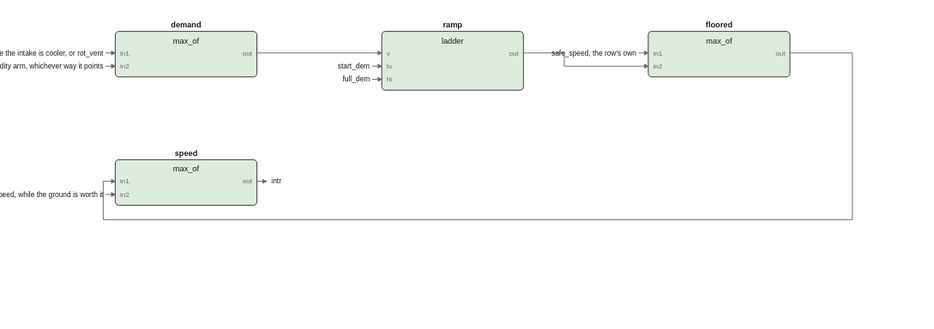
pstch/botanik2 keeps this draw.io diagram as images/logic/intractors_fbd.drawio.svg. Above is the earlier version. Source tidied: cells renumbered, new cells last; positions are measured from the earlier drawing's top-left corner, leaving out a move shared by most shapes.
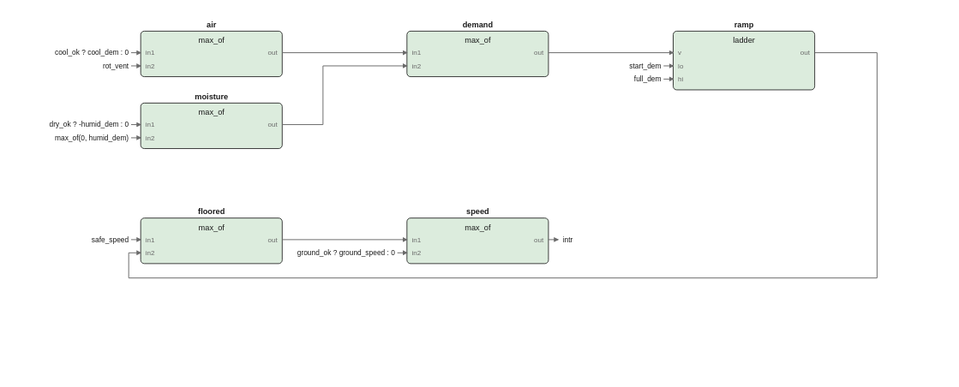
The same diagram one commit later.

Diff of the diagram source:
```diff
@@ -3,170 +3,236 @@
     <mxCell id="0" />
     <mxCell id="1" parent="0" />
     <mxCell id="2" style="rounded=1;fillColor=#dcecdd;strokeColor=#1a1a1a;whiteSpace=wrap;html=1;fontSize=8;" parent="1" vertex="1">
-      <mxGeometry x="10" y="10" width="118" height="38" as="geometry" />
+      <mxGeometry x="31" y="10" width="118" height="38" as="geometry" />
     </mxCell>
-    <mxCell id="3" value="demand" style="text;html=1;fontSize=6;fontColor=#1a1a1a;align=center;fontStyle=1;" parent="1" vertex="1">
-      <mxGeometry x="69" y="0.4" width="40" height="10.6" as="geometry" />
+    <mxCell id="3" value="air" style="text;html=1;fontSize=6;fontColor=#1a1a1a;align=center;fontStyle=1;" parent="1" vertex="1">
+      <mxGeometry x="90" y="0.4" width="40" height="10.6" as="geometry" />
     </mxCell>
     <mxCell id="4" value="max_of" style="text;html=1;fontSize=6;fontColor=#1a1a1a;align=center;" parent="1" vertex="1">
-      <mxGeometry x="69" y="13.4" width="40" height="10.6" as="geometry" />
+      <mxGeometry x="90" y="13.4" width="40" height="10.6" as="geometry" />
     </mxCell>
     <mxCell id="5" value="in1" style="text;html=1;fontSize=5;fontColor=#6b6b6b;align=left;" parent="1" vertex="1">
-      <mxGeometry x="14" y="24.2" width="40" height="9.8" as="geometry" />
+      <mxGeometry x="35" y="24.2" width="40" height="9.8" as="geometry" />
     </mxCell>
     <mxCell id="6" value="in2" style="text;html=1;fontSize=5;fontColor=#6b6b6b;align=left;" parent="1" vertex="1">
-      <mxGeometry x="14" y="35.2" width="40" height="9.8" as="geometry" />
+      <mxGeometry x="35" y="35.2" width="40" height="9.8" as="geometry" />
     </mxCell>
     <mxCell id="7" value="out" style="text;html=1;fontSize=5;fontColor=#6b6b6b;align=left;" parent="1" vertex="1">
-      <mxGeometry x="124" y="24.2" width="40" height="9.8" as="geometry" />
+      <mxGeometry x="145" y="24.2" width="40" height="9.8" as="geometry" />
     </mxCell>
     <mxCell id="8" style="rounded=1;fillColor=#dcecdd;strokeColor=#1a1a1a;whiteSpace=wrap;html=1;fontSize=8;" parent="1" vertex="1">
-      <mxGeometry x="232" y="10" width="118" height="49" as="geometry" />
+      <mxGeometry x="31" y="70" width="118" height="38" as="geometry" />
     </mxCell>
-    <mxCell id="9" value="ramp" style="text;html=1;fontSize=6;fontColor=#1a1a1a;align=center;fontStyle=1;" parent="1" vertex="1">
-      <mxGeometry x="291" y="0.4" width="40" height="10.6" as="geometry" />
+    <mxCell id="9" value="moisture" style="text;html=1;fontSize=6;fontColor=#1a1a1a;align=center;fontStyle=1;" parent="1" vertex="1">
+      <mxGeometry x="90" y="60.4" width="40" height="10.6" as="geometry" />
     </mxCell>
-    <mxCell id="10" value="ladder" style="text;html=1;fontSize=6;fontColor=#1a1a1a;align=center;" parent="1" vertex="1">
-      <mxGeometry x="291" y="13.4" width="40" height="10.6" as="geometry" />
+    <mxCell id="10" value="max_of" style="text;html=1;fontSize=6;fontColor=#1a1a1a;align=center;" parent="1" vertex="1">
+      <mxGeometry x="90" y="73.4" width="40" height="10.6" as="geometry" />
     </mxCell>
-    <mxCell id="11" value="v" style="text;html=1;fontSize=5;fontColor=#6b6b6b;align=left;" parent="1" vertex="1">
-      <mxGeometry x="236" y="24.2" width="40" height="9.8" as="geometry" />
+    <mxCell id="11" value="in1" style="text;html=1;fontSize=5;fontColor=#6b6b6b;align=left;" parent="1" vertex="1">
+      <mxGeometry x="35" y="84.2" width="40" height="9.8" as="geometry" />
     </mxCell>
-    <mxCell id="12" value="lo" style="text;html=1;fontSize=5;fontColor=#6b6b6b;align=left;" parent="1" vertex="1">
-      <mxGeometry x="236" y="35.2" width="40" height="9.8" as="geometry" />
+    <mxCell id="12" value="in2" style="text;html=1;fontSize=5;fontColor=#6b6b6b;align=left;" parent="1" vertex="1">
+      <mxGeometry x="35" y="95.2" width="40" height="9.8" as="geometry" />
     </mxCell>
-    <mxCell id="13" value="hi" style="text;html=1;fontSize=5;fontColor=#6b6b6b;align=left;" parent="1" vertex="1">
-      <mxGeometry x="236" y="46.2" width="40" height="9.8" as="geometry" />
+    <mxCell id="13" value="out" style="text;html=1;fontSize=5;fontColor=#6b6b6b;align=left;" parent="1" vertex="1">
+      <mxGeometry x="145" y="84.2" width="40" height="9.8" as="geometry" />
     </mxCell>
-    <mxCell id="14" value="out" style="text;html=1;fontSize=5;fontColor=#6b6b6b;align=left;" parent="1" vertex="1">
-      <mxGeometry x="346" y="24.2" width="40" height="9.8" as="geometry" />
+    <mxCell id="14" style="rounded=1;fillColor=#dcecdd;strokeColor=#1a1a1a;whiteSpace=wrap;html=1;fontSize=8;" parent="1" vertex="1">
+      <mxGeometry x="253" y="10" width="118" height="38" as="geometry" />
     </mxCell>
-    <mxCell id="15" style="rounded=1;fillColor=#dcecdd;strokeColor=#1a1a1a;whiteSpace=wrap;html=1;fontSize=8;" parent="1" vertex="1">
-      <mxGeometry x="454" y="10" width="118" height="38" as="geometry" />
+    <mxCell id="15" value="demand" style="text;html=1;fontSize=6;fontColor=#1a1a1a;align=center;fontStyle=1;" parent="1" vertex="1">
+      <mxGeometry x="312" y="0.4" width="40" height="10.6" as="geometry" />
     </mxCell>
-    <mxCell id="16" value="floored" style="text;html=1;fontSize=6;fontColor=#1a1a1a;align=center;fontStyle=1;" parent="1" vertex="1">
-      <mxGeometry x="513" y="0.4" width="40" height="10.6" as="geometry" />
+    <mxCell id="16" value="max_of" style="text;html=1;fontSize=6;fontColor=#1a1a1a;align=center;" parent="1" vertex="1">
+      <mxGeometry x="312" y="13.4" width="40" height="10.6" as="geometry" />
     </mxCell>
-    <mxCell id="17" value="max_of" style="text;html=1;fontSize=6;fontColor=#1a1a1a;align=center;" parent="1" vertex="1">
-      <mxGeometry x="513" y="13.4" width="40" height="10.6" as="geometry" />
+    <mxCell id="17" value="in1" style="text;html=1;fontSize=5;fontColor=#6b6b6b;align=left;" parent="1" vertex="1">
+      <mxGeometry x="257" y="24.2" width="40" height="9.8" as="geometry" />
     </mxCell>
-    <mxCell id="18" value="in1" style="text;html=1;fontSize=5;fontColor=#6b6b6b;align=left;" parent="1" vertex="1">
-      <mxGeometry x="458" y="24.2" width="40" height="9.8" as="geometry" />
+    <mxCell id="18" value="in2" style="text;html=1;fontSize=5;fontColor=#6b6b6b;align=left;" parent="1" vertex="1">
+      <mxGeometry x="257" y="35.2" width="40" height="9.8" as="geometry" />
     </mxCell>
-    <mxCell id="19" value="in2" style="text;html=1;fontSize=5;fontColor=#6b6b6b;align=left;" parent="1" vertex="1">
-      <mxGeometry x="458" y="35.2" width="40" height="9.8" as="geometry" />
+    <mxCell id="19" value="out" style="text;html=1;fontSize=5;fontColor=#6b6b6b;align=left;" parent="1" vertex="1">
+      <mxGeometry x="367" y="24.2" width="40" height="9.8" as="geometry" />
     </mxCell>
-    <mxCell id="20" value="out" style="text;html=1;fontSize=5;fontColor=#6b6b6b;align=left;" parent="1" vertex="1">
-      <mxGeometry x="568" y="24.2" width="40" height="9.8" as="geometry" />
+    <mxCell id="20" style="rounded=1;fillColor=#dcecdd;strokeColor=#1a1a1a;whiteSpace=wrap;html=1;fontSize=8;" parent="1" vertex="1">
+      <mxGeometry x="475" y="10" width="118" height="49" as="geometry" />
     </mxCell>
-    <mxCell id="21" style="rounded=1;fillColor=#dcecdd;strokeColor=#1a1a1a;whiteSpace=wrap;html=1;fontSize=8;" parent="1" vertex="1">
-      <mxGeometry x="10" y="117" width="118" height="38" as="geometry" />
+    <mxCell id="21" value="ramp" style="text;html=1;fontSize=6;fontColor=#1a1a1a;align=center;fontStyle=1;" parent="1" vertex="1">
+      <mxGeometry x="534" y="0.4" width="40" height="10.6" as="geometry" />
     </mxCell>
-    <mxCell id="22" value="speed" style="text;html=1;fontSize=6;fontColor=#1a1a1a;align=center;fontStyle=1;" parent="1" vertex="1">
-      <mxGeometry x="69" y="107.4" width="40" height="10.6" as="geometry" />
+    <mxCell id="22" value="ladder" style="text;html=1;fontSize=6;fontColor=#1a1a1a;align=center;" parent="1" vertex="1">
+      <mxGeometry x="534" y="13.4" width="40" height="10.6" as="geometry" />
     </mxCell>
-    <mxCell id="23" value="max_of" style="text;html=1;fontSize=6;fontColor=#1a1a1a;align=center;" parent="1" vertex="1">
-      <mxGeometry x="69" y="120.4" width="40" height="10.6" as="geometry" />
+    <mxCell id="23" value="v" style="text;html=1;fontSize=5;fontColor=#6b6b6b;align=left;" parent="1" vertex="1">
+      <mxGeometry x="479" y="24.2" width="40" height="9.8" as="geometry" />
     </mxCell>
-    <mxCell id="24" value="in1" style="text;html=1;fontSize=5;fontColor=#6b6b6b;align=left;" parent="1" vertex="1">
-      <mxGeometry x="14" y="131.2" width="40" height="9.8" as="geometry" />
+    <mxCell id="24" value="lo" style="text;html=1;fontSize=5;fontColor=#6b6b6b;align=left;" parent="1" vertex="1">
+      <mxGeometry x="479" y="35.2" width="40" height="9.8" as="geometry" />
     </mxCell>
-    <mxCell id="25" value="in2" style="text;html=1;fontSize=5;fontColor=#6b6b6b;align=left;" parent="1" vertex="1">
-      <mxGeometry x="14" y="142.2" width="40" height="9.8" as="geometry" />
+    <mxCell id="25" value="hi" style="text;html=1;fontSize=5;fontColor=#6b6b6b;align=left;" parent="1" vertex="1">
+      <mxGeometry x="479" y="46.2" width="40" height="9.8" as="geometry" />
     </mxCell>
     <mxCell id="26" value="out" style="text;html=1;fontSize=5;fontColor=#6b6b6b;align=left;" parent="1" vertex="1">
-      <mxGeometry x="124" y="131.2" width="40" height="9.8" as="geometry" />
+      <mxGeometry x="589" y="24.2" width="40" height="9.8" as="geometry" />
     </mxCell>
-    <mxCell id="27" style="edgeStyle=none;html=1;strokeColor=#6b6b6b;endArrow=block;" parent="1" edge="1">
-      <mxGeometry relative="1" as="geometry">
-        <mxPoint x="128" y="28" as="sourcePoint" />
-        <mxPoint x="232" y="28" as="targetPoint" />
-      </mxGeometry>
-    </mxCell>
-    <mxCell id="28" style="edgeStyle=none;html=1;strokeColor=#6b6b6b;endArrow=block;" parent="1" edge="1">
-      <mxGeometry relative="1" as="geometry">
-        <mxPoint x="350" y="28" as="sourcePoint" />
-        <mxPoint x="454" y="39" as="targetPoint" />
-        <Array as="points">
-          <mxPoint x="384" y="28" />
-          <mxPoint x="384" y="39" />
-        </Array>
-      </mxGeometry>
-    </mxCell>
-    <mxCell id="29" style="edgeStyle=none;html=1;strokeColor=#6b6b6b;endArrow=block;" parent="1" edge="1">
-      <mxGeometry relative="1" as="geometry">
-        <mxPoint x="572" y="28" as="sourcePoint" />
-        <mxPoint x="10" y="135" as="targetPoint" />
-        <Array as="points">
-          <mxPoint x="624" y="28" />
-          <mxPoint x="624" y="167" />
-          <mxPoint y="167" />
-          <mxPoint y="135" />
-        </Array>
-      </mxGeometry>
-    </mxCell>
+    <mxCell id="44" style="rounded=1;fillColor=#dcecdd;strokeColor=#1a1a1a;whiteSpace=wrap;html=1;fontSize=8;" parent="1" vertex="1">
+      <mxGeometry x="31" y="166" width="118" height="38" as="geometry" />
+    </mxCell>
+    <mxCell id="45" value="floored" style="text;html=1;fontSize=6;fontColor=#1a1a1a;align=center;fontStyle=1;" parent="1" vertex="1">
+      <mxGeometry x="90" y="156.4" width="40" height="10.6" as="geometry" />
+    </mxCell>
+    <mxCell id="46" value="max_of" style="text;html=1;fontSize=6;fontColor=#1a1a1a;align=center;" parent="1" vertex="1">
+      <mxGeometry x="90" y="169.4" width="40" height="10.6" as="geometry" />
+    </mxCell>
-    <mxCell id="30" value="cool_dem while the intake is cooler, or rot_vent" style="text;html=1;fontSize=6;fontColor=#1a1a1a;align=left;" parent="1" vertex="1">
-      <mxGeometry y="24" width="240" height="10" as="geometry" />
+    <mxCell id="30" value="in1" style="text;html=1;fontSize=5;fontColor=#6b6b6b;align=left;" parent="1" vertex="1">
+      <mxGeometry x="35" y="180.2" width="40" height="9.8" as="geometry" />
     </mxCell>
-    <mxCell id="31" style="edgeStyle=none;html=1;strokeColor=#6b6b6b;endArrow=block;" parent="1" edge="1">
-      <mxGeometry relative="1" as="geometry">
-        <mxPoint x="2" y="28" as="sourcePoint" />
-        <mxPoint x="10" y="28" as="targetPoint" />
-      </mxGeometry>
-    </mxCell>
+    <mxCell id="47" value="in2" style="text;html=1;fontSize=5;fontColor=#6b6b6b;align=left;" parent="1" vertex="1">
+      <mxGeometry x="35" y="191.2" width="40" height="9.8" as="geometry" />
+    </mxCell>
-    <mxCell id="32" value="the humidity arm, whichever way it points" style="text;html=1;fontSize=6;fontColor=#1a1a1a;align=left;" parent="1" vertex="1">
-      <mxGeometry y="35" width="205" height="10" as="geometry" />
+    <mxCell id="32" value="out" style="text;html=1;fontSize=5;fontColor=#6b6b6b;align=left;" parent="1" vertex="1">
+      <mxGeometry x="145" y="180.2" width="40" height="9.8" as="geometry" />
     </mxCell>
-    <mxCell id="33" style="edgeStyle=none;html=1;strokeColor=#6b6b6b;endArrow=block;" parent="1" edge="1">
-      <mxGeometry relative="1" as="geometry">
-        <mxPoint x="2" y="39" as="sourcePoint" />
-        <mxPoint x="10" y="39" as="targetPoint" />
-      </mxGeometry>
-    </mxCell>
+    <mxCell id="48" style="rounded=1;fillColor=#dcecdd;strokeColor=#1a1a1a;whiteSpace=wrap;html=1;fontSize=8;" parent="1" vertex="1">
+      <mxGeometry x="253" y="166" width="118" height="38" as="geometry" />
+    </mxCell>
-    <mxCell id="34" value="start_dem" style="text;html=1;fontSize=6;fontColor=#1a1a1a;align=left;" parent="1" vertex="1">
-      <mxGeometry x="222" y="35" width="45" height="10" as="geometry" />
+    <mxCell id="34" value="speed" style="text;html=1;fontSize=6;fontColor=#1a1a1a;align=center;fontStyle=1;" parent="1" vertex="1">
+      <mxGeometry x="312" y="156.4" width="40" height="10.6" as="geometry" />
     </mxCell>
-    <mxCell id="35" style="edgeStyle=none;html=1;strokeColor=#6b6b6b;endArrow=block;" parent="1" edge="1">
-      <mxGeometry relative="1" as="geometry">
-        <mxPoint x="224" y="39" as="sourcePoint" />
-        <mxPoint x="232" y="39" as="targetPoint" />
-      </mxGeometry>
-    </mxCell>
+    <mxCell id="49" value="max_of" style="text;html=1;fontSize=6;fontColor=#1a1a1a;align=center;" parent="1" vertex="1">
+      <mxGeometry x="312" y="169.4" width="40" height="10.6" as="geometry" />
+    </mxCell>
-    <mxCell id="36" value="full_dem" style="text;html=1;fontSize=6;fontColor=#1a1a1a;align=left;" parent="1" vertex="1">
-      <mxGeometry x="222" y="46" width="40" height="10" as="geometry" />
+    <mxCell id="36" value="in1" style="text;html=1;fontSize=5;fontColor=#6b6b6b;align=left;" parent="1" vertex="1">
+      <mxGeometry x="257" y="180.2" width="40" height="9.8" as="geometry" />
     </mxCell>
-    <mxCell id="37" style="edgeStyle=none;html=1;strokeColor=#6b6b6b;endArrow=block;" parent="1" edge="1">
-      <mxGeometry relative="1" as="geometry">
-        <mxPoint x="224" y="50" as="sourcePoint" />
-        <mxPoint x="232" y="50" as="targetPoint" />
-      </mxGeometry>
-    </mxCell>
+    <mxCell id="50" value="in2" style="text;html=1;fontSize=5;fontColor=#6b6b6b;align=left;" parent="1" vertex="1">
+      <mxGeometry x="257" y="191.2" width="40" height="9.8" as="geometry" />
+    </mxCell>
-    <mxCell id="38" value="safe_speed, the row's own" style="text;html=1;fontSize=6;fontColor=#1a1a1a;align=left;" parent="1" vertex="1">
-      <mxGeometry x="444" y="24" width="125" height="10" as="geometry" />
+    <mxCell id="38" value="out" style="text;html=1;fontSize=5;fontColor=#6b6b6b;align=left;" parent="1" vertex="1">
+      <mxGeometry x="367" y="180.2" width="40" height="9.8" as="geometry" />
     </mxCell>
     <mxCell id="39" style="edgeStyle=none;html=1;strokeColor=#6b6b6b;endArrow=block;" parent="1" edge="1">
       <mxGeometry relative="1" as="geometry">
-        <mxPoint x="446" y="28" as="sourcePoint" />
-        <mxPoint x="454" y="28" as="targetPoint" />
+        <mxPoint x="149" y="28" as="sourcePoint" />
+        <mxPoint x="253" y="28" as="targetPoint" />
       </mxGeometry>
     </mxCell>
-    <mxCell id="40" value="ground_speed, while the ground is worth it" style="text;html=1;fontSize=6;fontColor=#1a1a1a;align=left;" parent="1" vertex="1">
-      <mxGeometry y="142" width="210" height="10" as="geometry" />
-    </mxCell>
+    <mxCell id="51" style="edgeStyle=none;html=1;strokeColor=#6b6b6b;endArrow=block;" parent="1" edge="1">
+      <mxGeometry relative="1" as="geometry">
+        <mxPoint x="149" y="88" as="sourcePoint" />
+        <mxPoint x="253" y="39" as="targetPoint" />
+        <Array as="points">
+          <mxPoint x="183" y="88" />
+          <mxPoint x="183" y="39" />
+        </Array>
+      </mxGeometry>
+    </mxCell>
     <mxCell id="41" style="edgeStyle=none;html=1;strokeColor=#6b6b6b;endArrow=block;" parent="1" edge="1">
       <mxGeometry relative="1" as="geometry">
-        <mxPoint x="2" y="146" as="sourcePoint" />
-        <mxPoint x="10" y="146" as="targetPoint" />
+        <mxPoint x="371" y="28" as="sourcePoint" />
+        <mxPoint x="475" y="28" as="targetPoint" />
       </mxGeometry>
     </mxCell>
     <mxCell id="42" style="edgeStyle=none;html=1;strokeColor=#6b6b6b;endArrow=block;" parent="1" edge="1">
       <mxGeometry relative="1" as="geometry">
-        <mxPoint x="128" y="135" as="sourcePoint" />
-        <mxPoint x="136" y="135" as="targetPoint" />
+        <mxPoint x="593" y="28" as="sourcePoint" />
+        <mxPoint x="31" y="195" as="targetPoint" />
+        <Array as="points">
+          <mxPoint x="645" y="28" />
+          <mxPoint x="645" y="216" />
+          <mxPoint x="21" y="216" />
+          <mxPoint x="21" y="195" />
+        </Array>
       </mxGeometry>
     </mxCell>
+    <mxCell id="52" style="edgeStyle=none;html=1;strokeColor=#6b6b6b;endArrow=block;" parent="1" edge="1">
+      <mxGeometry relative="1" as="geometry">
+        <mxPoint x="149" y="184" as="sourcePoint" />
+        <mxPoint x="253" y="184" as="targetPoint" />
+      </mxGeometry>
+    </mxCell>
+    <mxCell id="53" value="cool_ok ? cool_dem : 0" style="text;html=1;fontSize=6;fontColor=#1a1a1a;align=left;" parent="1" vertex="1">
+      <mxGeometry x="21" y="24" width="110" height="10" as="geometry" />
+    </mxCell>
+    <mxCell id="54" style="edgeStyle=none;html=1;strokeColor=#6b6b6b;endArrow=block;" parent="1" edge="1">
+      <mxGeometry relative="1" as="geometry">
+        <mxPoint x="23" y="28" as="sourcePoint" />
+        <mxPoint x="31" y="28" as="targetPoint" />
+      </mxGeometry>
+    </mxCell>
+    <mxCell id="55" value="rot_vent" style="text;html=1;fontSize=6;fontColor=#1a1a1a;align=left;" parent="1" vertex="1">
+      <mxGeometry x="21" y="35" width="40" height="10" as="geometry" />
+    </mxCell>
+    <mxCell id="56" style="edgeStyle=none;html=1;strokeColor=#6b6b6b;endArrow=block;" parent="1" edge="1">
+      <mxGeometry relative="1" as="geometry">
+        <mxPoint x="23" y="39" as="sourcePoint" />
+        <mxPoint x="31" y="39" as="targetPoint" />
+      </mxGeometry>
+    </mxCell>
+    <mxCell id="57" value="dry_ok ? -humid_dem : 0" style="text;html=1;fontSize=6;fontColor=#1a1a1a;align=left;" parent="1" vertex="1">
+      <mxGeometry x="21" y="84" width="115" height="10" as="geometry" />
+    </mxCell>
+    <mxCell id="58" style="edgeStyle=none;html=1;strokeColor=#6b6b6b;endArrow=block;" parent="1" edge="1">
+      <mxGeometry relative="1" as="geometry">
+        <mxPoint x="23" y="88" as="sourcePoint" />
+        <mxPoint x="31" y="88" as="targetPoint" />
+      </mxGeometry>
+    </mxCell>
+    <mxCell id="59" value="max_of(0, humid_dem)" style="text;html=1;fontSize=6;fontColor=#1a1a1a;align=left;" parent="1" vertex="1">
+      <mxGeometry x="21" y="95" width="100" height="10" as="geometry" />
+    </mxCell>
+    <mxCell id="60" style="edgeStyle=none;html=1;strokeColor=#6b6b6b;endArrow=block;" parent="1" edge="1">
+      <mxGeometry relative="1" as="geometry">
+        <mxPoint x="23" y="99" as="sourcePoint" />
+        <mxPoint x="31" y="99" as="targetPoint" />
+      </mxGeometry>
+    </mxCell>
+    <mxCell id="61" value="start_dem" style="text;html=1;fontSize=6;fontColor=#1a1a1a;align=left;" parent="1" vertex="1">
+      <mxGeometry x="465" y="35" width="45" height="10" as="geometry" />
+    </mxCell>
+    <mxCell id="62" style="edgeStyle=none;html=1;strokeColor=#6b6b6b;endArrow=block;" parent="1" edge="1">
+      <mxGeometry relative="1" as="geometry">
+        <mxPoint x="467" y="39" as="sourcePoint" />
+        <mxPoint x="475" y="39" as="targetPoint" />
+      </mxGeometry>
+    </mxCell>
+    <mxCell id="63" value="full_dem" style="text;html=1;fontSize=6;fontColor=#1a1a1a;align=left;" parent="1" vertex="1">
+      <mxGeometry x="465" y="46" width="40" height="10" as="geometry" />
+    </mxCell>
+    <mxCell id="64" style="edgeStyle=none;html=1;strokeColor=#6b6b6b;endArrow=block;" parent="1" edge="1">
+      <mxGeometry relative="1" as="geometry">
+        <mxPoint x="467" y="50" as="sourcePoint" />
+        <mxPoint x="475" y="50" as="targetPoint" />
+      </mxGeometry>
+    </mxCell>
+    <mxCell id="65" value="safe_speed" style="text;html=1;fontSize=6;fontColor=#1a1a1a;align=left;" parent="1" vertex="1">
+      <mxGeometry x="21" y="180" width="50" height="10" as="geometry" />
+    </mxCell>
+    <mxCell id="66" style="edgeStyle=none;html=1;strokeColor=#6b6b6b;endArrow=block;" parent="1" edge="1">
+      <mxGeometry relative="1" as="geometry">
+        <mxPoint x="23" y="184" as="sourcePoint" />
+        <mxPoint x="31" y="184" as="targetPoint" />
+      </mxGeometry>
+    </mxCell>
+    <mxCell id="67" value="ground_ok ? ground_speed : 0" style="text;html=1;fontSize=6;fontColor=#1a1a1a;align=left;" parent="1" vertex="1">
+      <mxGeometry x="243" y="191" width="140" height="10" as="geometry" />
+    </mxCell>
+    <mxCell id="68" style="edgeStyle=none;html=1;strokeColor=#6b6b6b;endArrow=block;" parent="1" edge="1">
+      <mxGeometry relative="1" as="geometry">
+        <mxPoint x="245" y="195" as="sourcePoint" />
+        <mxPoint x="253" y="195" as="targetPoint" />
+      </mxGeometry>
+    </mxCell>
+    <mxCell id="69" style="edgeStyle=none;html=1;strokeColor=#6b6b6b;endArrow=block;" parent="1" edge="1">
+      <mxGeometry relative="1" as="geometry">
+        <mxPoint x="371" y="184" as="sourcePoint" />
+        <mxPoint x="379" y="184" as="targetPoint" />
+      </mxGeometry>
+    </mxCell>
     <mxCell id="43" value="intr" style="text;html=1;fontSize=6;fontColor=#1a1a1a;align=left;" parent="1" vertex="1">
-      <mxGeometry x="140" y="131" width="40" height="10" as="geometry" />
+      <mxGeometry x="383" y="180" width="40" height="10" as="geometry" />
     </mxCell>
   </root>
 </mxGraphModel>
```
